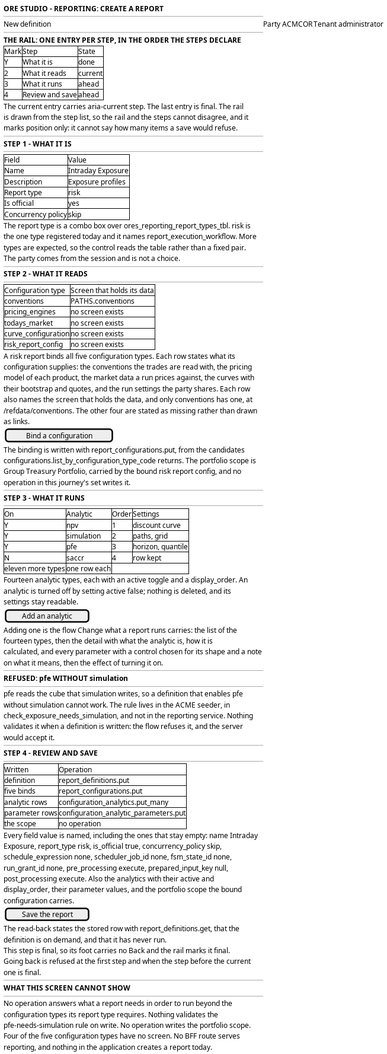
The PlantUML diagram doc/knowledge/journeys/reporting/wireframe_create_a_report.png in OreStudio/OreStudio, before a commit. Its source is kept beside it as doc/knowledge/journeys/reporting/wireframe_create_a_report.puml.
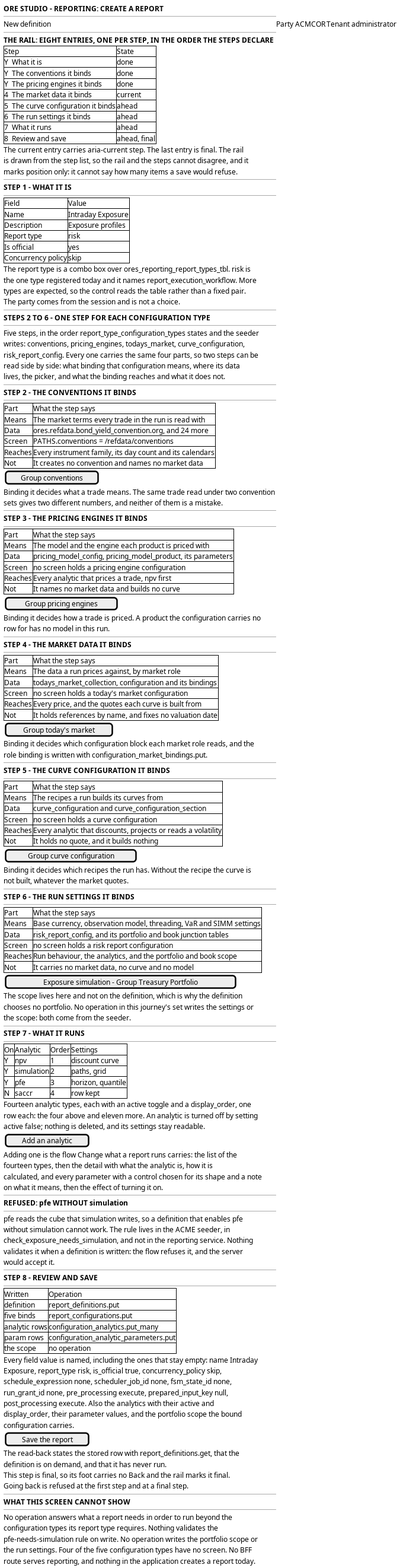
The same diagram one commit later.

Commit message:
[docs] Put each bound configuration on its own step

Diff of the diagram source:
```diff
@@ -6,13 +6,17 @@
   --
   New definition | Party ACMCOR | Tenant administrator
   --
-  <b>THE RAIL: ONE ENTRY PER STEP, IN THE ORDER THE STEPS DECLARE</b>
+  <b>THE RAIL: EIGHT ENTRIES, ONE PER STEP, IN THE ORDER THE STEPS DECLARE</b>
   {#
-    Mark | Step | State
-    Y | What it is | done
-    2 | What it reads | current
-    3 | What it runs | ahead
-    4 | Review and save | ahead
+    Step | State
+    Y  What it is | done
+    Y  The conventions it binds | done
+    Y  The pricing engines it binds | done
+    4  The market data it binds | current
+    5  The curve configuration it binds | ahead
+    6  The run settings it binds | ahead
+    7  What it runs | ahead
+    8  Review and save | ahead, final
   }
   The current entry carries aria-current step. The last entry is final. The rail
   is drawn from the step list, so the rail and the steps cannot disagree, and it
@@ -33,32 +37,96 @@
   types are expected, so the control reads the table rather than a fixed pair.
   The party comes from the session and is not a choice.
   --
-  <b>STEP 2 - WHAT IT READS</b>
+  <b>STEPS 2 TO 6 - ONE STEP FOR EACH CONFIGURATION TYPE</b>
+  --
+  Five steps, in the order report_type_configuration_types states and the seeder
+  writes: conventions, pricing_engines, todays_market, curve_configuration,
+  risk_report_config. Every one carries the same four parts, so two steps can be
+  read side by side: what binding that configuration means, where its data
+  lives, the picker, and what the binding reaches and what it does not.
+  --
+  <b>STEP 2 - THE CONVENTIONS IT BINDS</b>
   --
   {#
-    Configuration type | Screen that holds its data
-    conventions | PATHS.conventions
-    pricing_engines | no screen exists
-    todays_market | no screen exists
-    curve_configuration | no screen exists
-    risk_report_config | no screen exists
+    Part | What the step says
+    Means | The market terms every trade in the run is read with
+    Data | ores.refdata.bond_yield_convention.org, and 24 more
+    Screen | PATHS.conventions = /refdata/conventions
+    Reaches | Every instrument family, its day count and its calendars
+    Not | It creates no convention and names no market data
   }
-  A risk report binds all five configuration types. Each row states what its
-  configuration supplies: the conventions the trades are read with, the pricing
-  model of each product, the market data a run prices against, the curves with
-  their bootstrap and quotes, and the run settings the party shares. Each row
-  also names the screen that holds the data, and only conventions has one, at
-  /refdata/conventions. The other four are stated as missing rather than drawn
-  as links.
   {
-    [ Bind a configuration ]
+    [ Group conventions ]
   }
-  The binding is written with report_configurations.put, from the candidates
-  configurations.list_by_configuration_type_code returns. The portfolio scope is
-  Group Treasury Portfolio, carried by the bound risk report config, and no
-  operation in this journey's set writes it.
+  Binding it decides what a trade means. The same trade read under two convention
+  sets gives two different numbers, and neither of them is a mistake.
   --
-  <b>STEP 3 - WHAT IT RUNS</b>
+  <b>STEP 3 - THE PRICING ENGINES IT BINDS</b>
+  --
+  {#
+    Part | What the step says
+    Means | The model and the engine each product is priced with
+    Data | pricing_model_config, pricing_model_product, its parameters
+    Screen | no screen holds a pricing engine configuration
+    Reaches | Every analytic that prices a trade, npv first
+    Not | It names no market data and builds no curve
+  }
+  {
+    [ Group pricing engines ]
+  }
+  Binding it decides how a trade is priced. A product the configuration carries no
+  row for has no model in this run.
+  --
+  <b>STEP 4 - THE MARKET DATA IT BINDS</b>
+  --
+  {#
+    Part | What the step says
+    Means | The data a run prices against, by market role
+    Data | todays_market_collection, configuration and its bindings
+    Screen | no screen holds a today's market configuration
+    Reaches | Every price, and the quotes each curve is built from
+    Not | It holds references by name, and fixes no valuation date
+  }
+  {
+    [ Group today's market ]
+  }
+  Binding it decides which configuration block each market role reads, and the
+  role binding is written with configuration_market_bindings.put.
+  --
+  <b>STEP 5 - THE CURVE CONFIGURATION IT BINDS</b>
+  --
+  {#
+    Part | What the step says
+    Means | The recipes a run builds its curves from
+    Data | curve_configuration and curve_configuration_section
+    Screen | no screen holds a curve configuration
+    Reaches | Every analytic that discounts, projects or reads a volatility
+    Not | It holds no quote, and it builds nothing
+  }
+  {
+    [ Group curve configuration ]
+  }
+  Binding it decides which recipes the run has. Without the recipe the curve is
+  not built, whatever the market quotes.
+  --
+  <b>STEP 6 - THE RUN SETTINGS IT BINDS</b>
+  --
+  {#
+    Part | What the step says
+    Means | Base currency, observation model, threading, VaR and SIMM settings
+    Data | risk_report_config, and its portfolio and book junction tables
+    Screen | no screen holds a risk report configuration
+    Reaches | Run behaviour, the analytics, and the portfolio and book scope
+    Not | It carries no market data, no curve and no model
+  }
+  {
+    [ Exposure simulation - Group Treasury Portfolio ]
+  }
+  The scope lives here and not on the definition, which is why the definition
+  chooses no portfolio. No operation in this journey's set writes the settings or
+  the scope: both come from the seeder.
+  --
+  <b>STEP 7 - WHAT IT RUNS</b>
   --
   {#
     On | Analytic | Order | Settings
@@ -66,11 +134,10 @@
     Y | simulation | 2 | paths, grid
     Y | pfe | 3 | horizon, quantile
     N | saccr | 4 | row kept
-    | eleven more types | | one row each
   }
-  Fourteen analytic types, each with an active toggle and a display_order. An
-  analytic is turned off by setting active false; nothing is deleted, and its
-  settings stay readable.
+  Fourteen analytic types, each with an active toggle and a display_order, one
+  row each: the four above and eleven more. An analytic is turned off by setting
+  active false; nothing is deleted, and its settings stay readable.
   {
     [ Add an analytic ]
   }
@@ -87,14 +154,14 @@
   validates it when a definition is written: the flow refuses it, and the server
   would accept it.
   --
-  <b>STEP 4 - REVIEW AND SAVE</b>
+  <b>STEP 8 - REVIEW AND SAVE</b>
   --
   {#
     Written | Operation
     definition | report_definitions.put
     five binds | report_configurations.put
     analytic rows | configuration_analytics.put_many
-    parameter rows | configuration_analytic_parameters.put
+    param rows | configuration_analytic_parameters.put
     the scope | no operation
   }
   Every field value is named, including the ones that stay empty: name Intraday
@@ -110,16 +177,15 @@
   The read-back states the stored row with report_definitions.get, that the
   definition is on demand, and that it has never run.
   This step is final, so its foot carries no Back and the rail marks it final.
-  Going back is refused at the first step and when the step before the current
-  one is final.
+  Going back is refused at the first step and at a final step.
   --
   <b>WHAT THIS SCREEN CANNOT SHOW</b>
   --
   No operation answers what a report needs in order to run beyond the
   configuration types its report type requires. Nothing validates the
-  pfe-needs-simulation rule on write. No operation writes the portfolio scope.
-  Four of the five configuration types have no screen. No BFF route serves
-  reporting, and nothing in the application creates a report today.
+  pfe-needs-simulation rule on write. No operation writes the portfolio scope or
+  the run settings. Four of the five configuration types have no screen. No BFF
+  route serves reporting, and nothing in the application creates a report today.
 }
 
 @enduml
```
